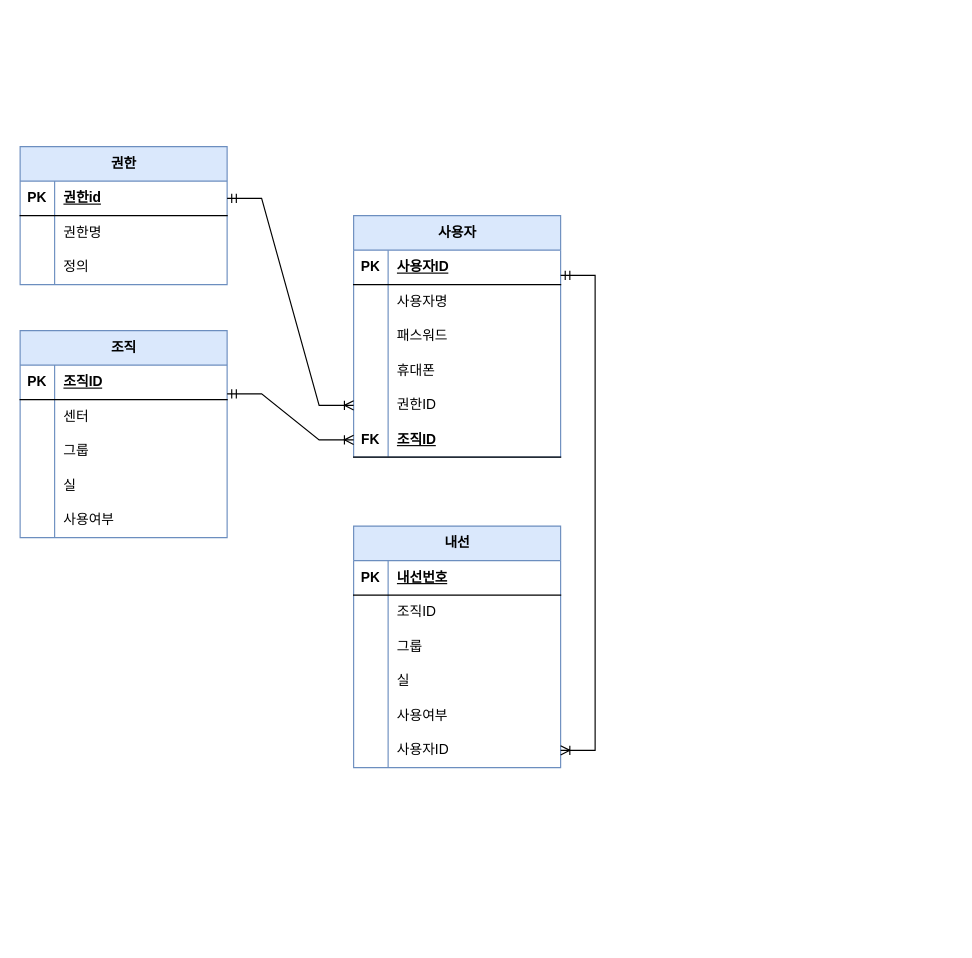
Before: page "페이지-3" (3 of 3) of 제목 없는 다이어그램.drawio in wishholic/ERD, a draw.io diagram. Source tidied: cells renumbered, new cells numbered last; positions are measured from the earlier drawing's top-left corner, leaving out a move shared by most shapes. Both pictures are drawn from the tidied source at 115%, with x=0, y=0 at pixel (20, 146).
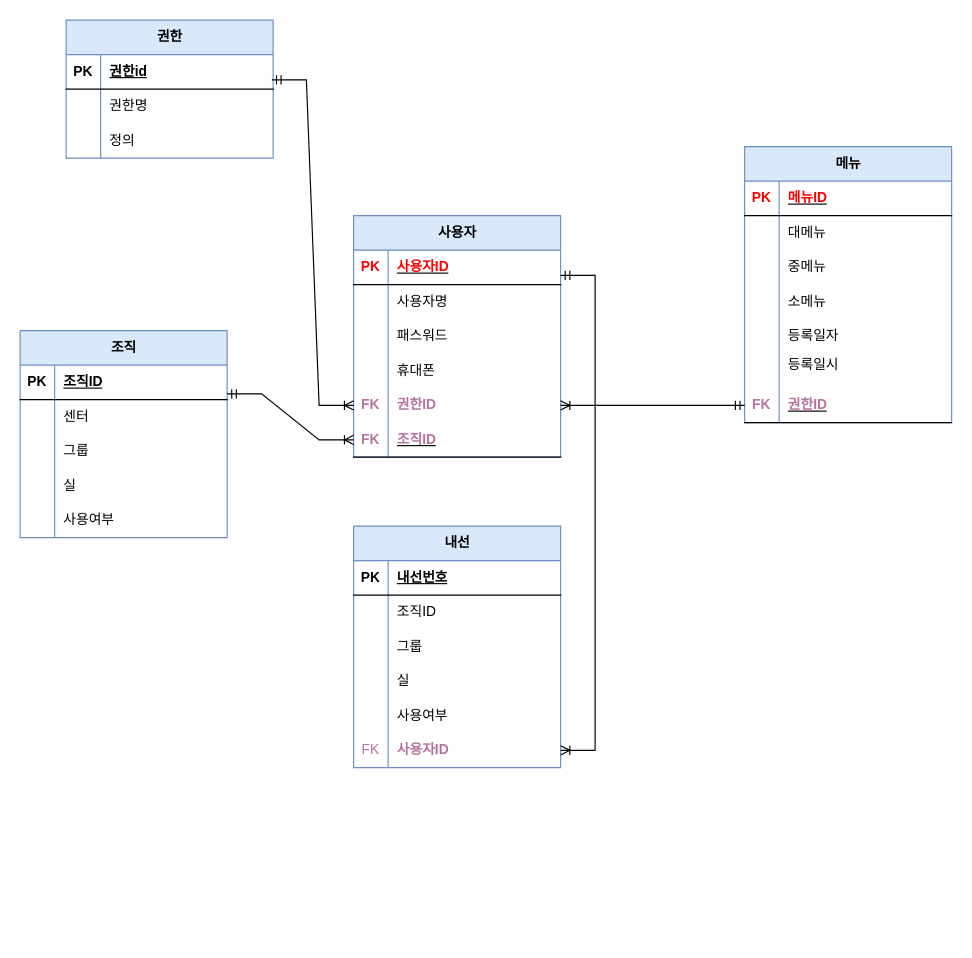
After the change.

Commit message:
제목 없는 다이어그램.drawio 업데이트

The change refers to these unchanged cells:
```xml
<mxCell id="3" style="shape=tableRow;horizontal=0;startSize=0;swimlaneHead=0;swimlaneBody=0;fillColor=none;points=[[0,0.5],[1,0.5]];portConstraint=eastwest;top=0;left=0;right=0;bottom=1;" parent="2" vertex="1">
  <mxGeometry y="30" width="180" height="30" as="geometry" />
</mxCell>
<mxCell id="13" style="shape=tableRow;horizontal=0;startSize=0;swimlaneHead=0;swimlaneBody=0;fillColor=none;points=[[0,0.5],[1,0.5]];portConstraint=eastwest;top=0;left=0;right=0;bottom=1;" parent="12" vertex="1">
  <mxGeometry y="30" width="180" height="30" as="geometry" />
</mxCell>
<mxCell id="25" style="shape=tableRow;horizontal=0;startSize=0;swimlaneHead=0;swimlaneBody=0;fillColor=none;points=[[0,0.5],[1,0.5]];portConstraint=eastwest;top=0;left=0;right=0;bottom=0;" parent="12" vertex="1">
  <mxGeometry y="150" width="180" height="30" as="geometry" />
</mxCell>
<mxCell id="28" style="shape=tableRow;horizontal=0;startSize=0;swimlaneHead=0;swimlaneBody=0;fillColor=none;points=[[0,0.5],[1,0.5]];portConstraint=eastwest;top=0;left=0;right=0;bottom=1;" parent="12" vertex="1">
  <mxGeometry y="180" width="180" height="30" as="geometry" />
</mxCell>
<mxCell id="65" style="shape=tableRow;horizontal=0;startSize=0;swimlaneHead=0;swimlaneBody=0;fillColor=none;points=[[0,0.5],[1,0.5]];portConstraint=eastwest;top=0;left=0;right=0;bottom=0;" parent="49" vertex="1">
  <mxGeometry y="180" width="180" height="30" as="geometry" />
</mxCell>
```

What changed in the source:
```diff
@@
     <mxCell id="2" value="권한" style="shape=table;startSize=30;childLayout=tableLayout;rowLines=0;fontStyle=1;align=center;html=1;fillColor=#dae8fc;strokeColor=#6c8ebf;" parent="1" vertex="1">
-      <mxGeometry width="180" height="120" as="geometry" />
+      <mxGeometry x="40" y="-110" width="180" height="120" as="geometry" />
     </mxCell>
@@
-    <mxCell id="14" value="PK" style="shape=partialRectangle;fillColor=none;top=0;left=0;bottom=0;right=0;fontStyle=1;overflow=hidden;whiteSpace=wrap;html=1;" parent="13" vertex="1">
+    <mxCell id="14" value="&lt;font color=&quot;#ff0000&quot;&gt;PK&lt;/font&gt;" style="shape=partialRectangle;fillColor=none;top=0;left=0;bottom=0;right=0;fontStyle=1;overflow=hidden;whiteSpace=wrap;html=1;" parent="13" vertex="1">
       <mxGeometry width="30" height="30" as="geometry" />
     </mxCell>
-    <mxCell id="15" value="사용자ID" style="shape=partialRectangle;fillColor=none;top=0;left=0;bottom=0;right=0;align=left;spacingLeft=6;fontStyle=5;overflow=hidden;whiteSpace=wrap;html=1;" parent="13" vertex="1">
+    <mxCell id="15" value="&lt;font color=&quot;#ff0000&quot;&gt;사용자ID&lt;/font&gt;" style="shape=partialRectangle;fillColor=none;top=0;left=0;bottom=0;right=0;align=left;spacingLeft=6;fontStyle=5;overflow=hidden;whiteSpace=wrap;html=1;" parent="13" vertex="1">
       <mxGeometry x="30" width="150" height="30" as="geometry" />
     </mxCell>
@@
-    <mxCell id="26" style="shape=partialRectangle;fillColor=none;top=0;left=0;bottom=0;right=0;overflow=hidden;whiteSpace=wrap;html=1;" parent="25" vertex="1">
+    <mxCell id="26" value="&lt;font color=&quot;#b5739d&quot;&gt;&lt;b&gt;FK&lt;/b&gt;&lt;/font&gt;" style="shape=partialRectangle;fillColor=none;top=0;left=0;bottom=0;right=0;overflow=hidden;whiteSpace=wrap;html=1;" parent="25" vertex="1">
       <mxGeometry width="30" height="30" as="geometry" />
     </mxCell>
-    <mxCell id="27" value="권한ID" style="shape=partialRectangle;fillColor=none;top=0;left=0;bottom=0;right=0;align=left;spacingLeft=6;overflow=hidden;whiteSpace=wrap;html=1;" parent="25" vertex="1">
+    <mxCell id="27" value="&lt;font color=&quot;#b5739d&quot;&gt;&lt;b&gt;권한ID&lt;/b&gt;&lt;/font&gt;" style="shape=partialRectangle;fillColor=none;top=0;left=0;bottom=0;right=0;align=left;spacingLeft=6;overflow=hidden;whiteSpace=wrap;html=1;" parent="25" vertex="1">
       <mxGeometry x="30" width="150" height="30" as="geometry" />
     </mxCell>
@@
-    <mxCell id="29" value="FK" style="shape=partialRectangle;fillColor=none;top=0;left=0;bottom=0;right=0;fontStyle=1;overflow=hidden;whiteSpace=wrap;html=1;" parent="28" vertex="1">
+    <mxCell id="29" value="&lt;font color=&quot;#b5739d&quot;&gt;FK&lt;/font&gt;" style="shape=partialRectangle;fillColor=none;top=0;left=0;bottom=0;right=0;fontStyle=1;overflow=hidden;whiteSpace=wrap;html=1;" parent="28" vertex="1">
       <mxGeometry width="30" height="30" as="geometry" />
     </mxCell>
-    <mxCell id="30" value="조직ID" style="shape=partialRectangle;fillColor=none;top=0;left=0;bottom=0;right=0;align=left;spacingLeft=6;fontStyle=5;overflow=hidden;whiteSpace=wrap;html=1;" parent="28" vertex="1">
+    <mxCell id="30" value="&lt;font color=&quot;#b5739d&quot;&gt;조직ID&lt;/font&gt;" style="shape=partialRectangle;fillColor=none;top=0;left=0;bottom=0;right=0;align=left;spacingLeft=6;fontStyle=5;overflow=hidden;whiteSpace=wrap;html=1;" parent="28" vertex="1">
       <mxGeometry x="30" width="150" height="30" as="geometry" />
     </mxCell>
-    <mxCell id="31" style="edgeStyle=entityRelationEdgeStyle;fontSize=12;html=1;endArrow=ERoneToMany;startArrow=ERmandOne;rounded=0;entryX=0;entryY=0.5;entryDx=0;entryDy=0;exitX=1;exitY=0.5;exitDx=0;exitDy=0;" parent="1" edge="1" source="3" target="25">
+    <mxCell id="31" style="edgeStyle=entityRelationEdgeStyle;fontSize=12;html=1;endArrow=ERoneToMany;startArrow=ERmandOne;rounded=0;entryX=0;entryY=0.5;entryDx=0;entryDy=0;exitX=0.994;exitY=0.733;exitDx=0;exitDy=0;exitPerimeter=0;" parent="1" edge="1" source="3" target="25">
       <mxGeometry relative="1" as="geometry" />
     </mxCell>
@@
-    <mxCell id="66" style="shape=partialRectangle;fillColor=none;top=0;left=0;bottom=0;right=0;overflow=hidden;whiteSpace=wrap;html=1;" parent="65" vertex="1">
+    <mxCell id="66" value="&lt;font color=&quot;#b5739d&quot;&gt;FK&lt;/font&gt;" style="shape=partialRectangle;fillColor=none;top=0;left=0;bottom=0;right=0;overflow=hidden;whiteSpace=wrap;html=1;" parent="65" vertex="1">
       <mxGeometry width="30" height="30" as="geometry" />
     </mxCell>
-    <mxCell id="67" value="사용자ID" style="shape=partialRectangle;fillColor=none;top=0;left=0;bottom=0;right=0;align=left;spacingLeft=6;overflow=hidden;whiteSpace=wrap;html=1;" parent="65" vertex="1">
+    <mxCell id="67" value="&lt;b&gt;&lt;font color=&quot;#b5739d&quot;&gt;사용자ID&lt;/font&gt;&lt;/b&gt;" style="shape=partialRectangle;fillColor=none;top=0;left=0;bottom=0;right=0;align=left;spacingLeft=6;overflow=hidden;whiteSpace=wrap;html=1;" parent="65" vertex="1">
       <mxGeometry x="30" width="150" height="30" as="geometry" />
     </mxCell>
@@
+    <mxCell id="70" value="메뉴" style="shape=table;startSize=30;childLayout=tableLayout;rowLines=0;fontStyle=1;align=center;html=1;fillColor=#dae8fc;strokeColor=#6c8ebf;" parent="1" vertex="1">
+      <mxGeometry x="630" width="180" height="240" as="geometry" />
+    </mxCell>
+    <mxCell id="71" style="shape=tableRow;horizontal=0;startSize=0;swimlaneHead=0;swimlaneBody=0;fillColor=none;top=0;left=0;right=0;bottom=1;" parent="70" vertex="1">
+      <mxGeometry y="30" width="180" height="30" as="geometry" />
+    </mxCell>
+    <mxCell id="72" value="&lt;font color=&quot;#ff0000&quot;&gt;PK&lt;/font&gt;" style="shape=partialRectangle;fillColor=none;top=0;left=0;bottom=0;right=0;fontStyle=1;overflow=hidden;whiteSpace=wrap;html=1;" parent="71" vertex="1">
+      <mxGeometry width="30" height="30" as="geometry" />
+    </mxCell>
+    <mxCell id="73" value="&lt;font color=&quot;#ff0000&quot;&gt;메뉴ID&lt;/font&gt;" style="shape=partialRectangle;fillColor=none;top=0;left=0;bottom=0;right=0;align=left;spacingLeft=6;fontStyle=5;overflow=hidden;whiteSpace=wrap;html=1;" parent="71" vertex="1">
+      <mxGeometry x="30" width="150" height="30" as="geometry" />
+    </mxCell>
+    <mxCell id="74" style="shape=tableRow;horizontal=0;startSize=0;swimlaneHead=0;swimlaneBody=0;fillColor=none;top=0;left=0;right=0;bottom=0;" parent="70" vertex="1">
+      <mxGeometry y="60" width="180" height="30" as="geometry" />
+    </mxCell>
+    <mxCell id="75" style="shape=partialRectangle;fillColor=none;top=0;left=0;bottom=0;right=0;overflow=hidden;whiteSpace=wrap;html=1;" parent="74" vertex="1">
+      <mxGeometry width="30" height="30" as="geometry" />
+    </mxCell>
+    <mxCell id="76" value="대메뉴" style="shape=partialRectangle;fillColor=none;top=0;left=0;bottom=0;right=0;align=left;spacingLeft=6;overflow=hidden;whiteSpace=wrap;html=1;" parent="74" vertex="1">
+      <mxGeometry x="30" width="150" height="30" as="geometry" />
+    </mxCell>
+    <mxCell id="77" style="shape=tableRow;horizontal=0;startSize=0;swimlaneHead=0;swimlaneBody=0;fillColor=none;top=0;left=0;right=0;bottom=0;" parent="70" vertex="1">
+      <mxGeometry y="90" width="180" height="30" as="geometry" />
+    </mxCell>
+    <mxCell id="78" style="shape=partialRectangle;fillColor=none;top=0;left=0;bottom=0;right=0;overflow=hidden;whiteSpace=wrap;html=1;" parent="77" vertex="1">
+      <mxGeometry width="30" height="30" as="geometry" />
+    </mxCell>
+    <mxCell id="79" value="중메뉴" style="shape=partialRectangle;fillColor=none;top=0;left=0;bottom=0;right=0;align=left;spacingLeft=6;overflow=hidden;whiteSpace=wrap;html=1;" parent="77" vertex="1">
+      <mxGeometry x="30" width="150" height="30" as="geometry" />
+    </mxCell>
+    <mxCell id="80" style="shape=tableRow;horizontal=0;startSize=0;swimlaneHead=0;swimlaneBody=0;fillColor=none;top=0;left=0;right=0;bottom=0;" parent="70" vertex="1">
+      <mxGeometry y="120" width="180" height="30" as="geometry" />
+    </mxCell>
+    <mxCell id="81" style="shape=partialRectangle;fillColor=none;top=0;left=0;bottom=0;right=0;overflow=hidden;whiteSpace=wrap;html=1;" parent="80" vertex="1">
+      <mxGeometry width="30" height="30" as="geometry" />
+    </mxCell>
+    <mxCell id="82" value="소메뉴" style="shape=partialRectangle;fillColor=none;top=0;left=0;bottom=0;right=0;align=left;spacingLeft=6;overflow=hidden;whiteSpace=wrap;html=1;" parent="80" vertex="1">
+      <mxGeometry x="30" width="150" height="30" as="geometry" />
+    </mxCell>
+    <mxCell id="83" style="shape=tableRow;horizontal=0;startSize=0;swimlaneHead=0;swimlaneBody=0;fillColor=none;top=0;left=0;right=0;bottom=0;" parent="70" vertex="1">
+      <mxGeometry y="150" width="180" height="30" as="geometry" />
+    </mxCell>
+    <mxCell id="84" style="shape=partialRectangle;fillColor=none;top=0;left=0;bottom=0;right=0;overflow=hidden;whiteSpace=wrap;html=1;" parent="83" vertex="1">
+      <mxGeometry width="30" height="30" as="geometry" />
+    </mxCell>
+    <mxCell id="85" value="등록일자" style="shape=partialRectangle;fillColor=none;top=0;left=0;bottom=0;right=0;align=left;spacingLeft=6;overflow=hidden;whiteSpace=wrap;html=1;" parent="83" vertex="1">
+      <mxGeometry x="30" width="150" height="30" as="geometry" />
+    </mxCell>
+    <mxCell id="86" style="shape=tableRow;horizontal=0;startSize=0;swimlaneHead=0;swimlaneBody=0;fillColor=none;top=0;left=0;right=0;bottom=0;align=center;" parent="70" vertex="1">
+      <mxGeometry y="180" width="180" height="30" as="geometry" />
+    </mxCell>
+    <mxCell id="87" style="shape=partialRectangle;fillColor=none;top=0;left=0;bottom=0;right=0;overflow=hidden;whiteSpace=wrap;html=1;" parent="86" vertex="1">
+      <mxGeometry width="30" height="30" as="geometry" />
+    </mxCell>
+    <mxCell id="88" value="등록일시&lt;div&gt;&lt;br&gt;&lt;/div&gt;" style="shape=partialRectangle;fillColor=none;top=0;left=0;bottom=0;right=0;align=left;spacingLeft=6;overflow=hidden;whiteSpace=wrap;html=1;" parent="86" vertex="1">
+      <mxGeometry x="30" width="150" height="30" as="geometry" />
+    </mxCell>
+    <mxCell id="89" style="shape=tableRow;horizontal=0;startSize=0;swimlaneHead=0;swimlaneBody=0;fillColor=none;points=[[0,0.5],[1,0.5]];portConstraint=eastwest;top=0;left=0;right=0;bottom=1;" parent="70" vertex="1">
+      <mxGeometry y="210" width="180" height="30" as="geometry" />
+    </mxCell>
+    <mxCell id="90" value="&lt;font color=&quot;#b5739d&quot;&gt;FK&lt;/font&gt;" style="shape=partialRectangle;fillColor=none;top=0;left=0;bottom=0;right=0;fontStyle=1;overflow=hidden;whiteSpace=wrap;html=1;" parent="89" vertex="1">
+      <mxGeometry width="30" height="30" as="geometry" />
+    </mxCell>
+    <mxCell id="91" value="&lt;font color=&quot;#b5739d&quot;&gt;권한ID&lt;/font&gt;" style="shape=partialRectangle;fillColor=none;top=0;left=0;bottom=0;right=0;align=left;spacingLeft=6;fontStyle=5;overflow=hidden;whiteSpace=wrap;html=1;" parent="89" vertex="1">
+      <mxGeometry x="30" width="150" height="30" as="geometry" />
+    </mxCell>
+    <mxCell id="92" style="edgeStyle=entityRelationEdgeStyle;fontSize=12;html=1;endArrow=ERoneToMany;startArrow=ERmandOne;rounded=0;fontFamily=Helvetica;fontColor=default;fontStyle=1;entryX=1;entryY=0.5;entryDx=0;entryDy=0;exitX=0;exitY=0.5;exitDx=0;exitDy=0;" parent="1" edge="1" source="89" target="25">
+      <mxGeometry relative="1" as="geometry" />
+    </mxCell>
```
